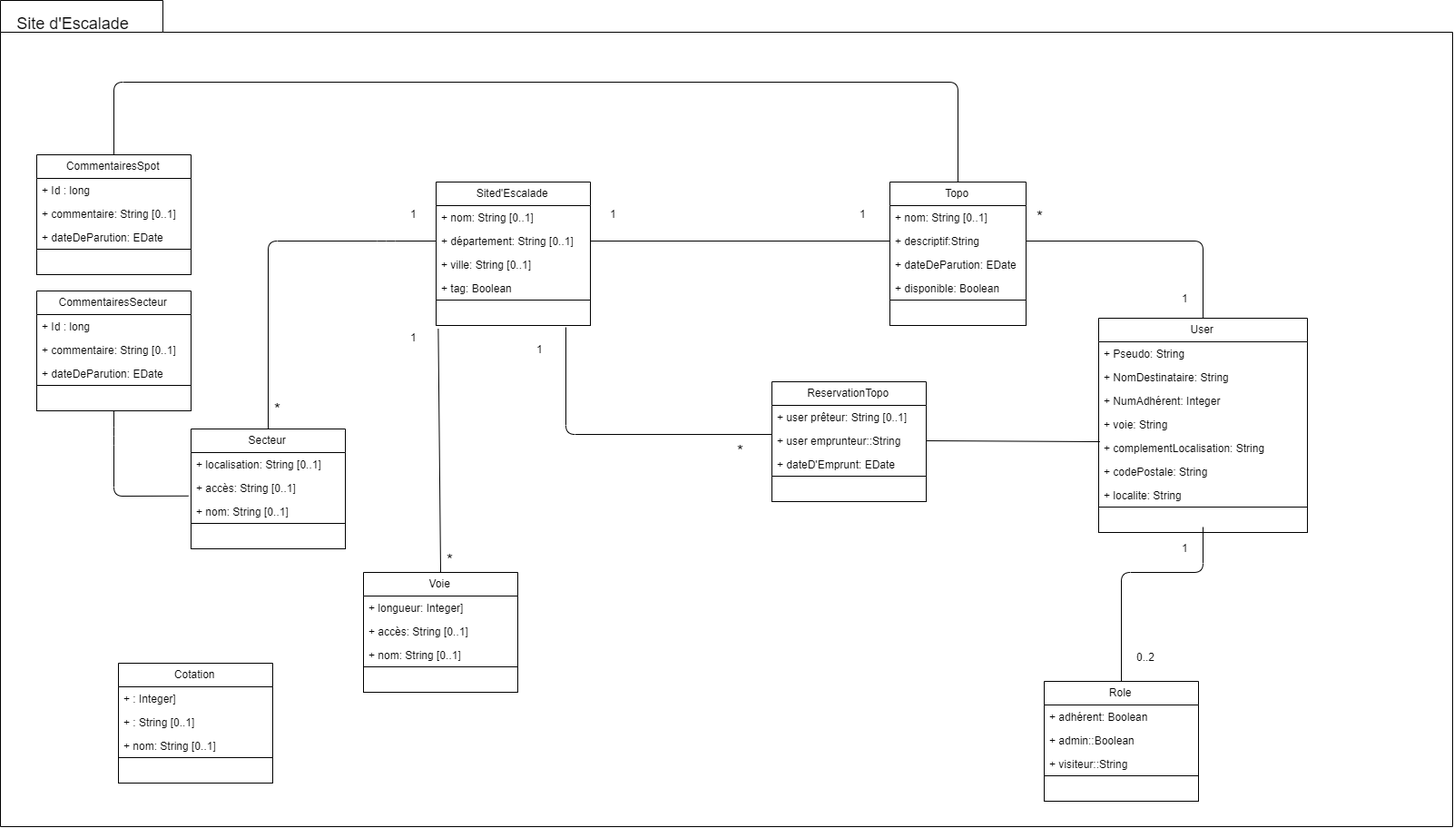
touil2019/les-amis-de-l-escaladeP6 keeps this draw.io diagram as Diagramme de classe projet 6.png. Above is the earlier version. Source tidied: cells renumbered, new cells last; positions are measured from the earlier drawing's top-left corner, leaving out a move shared by most shapes.
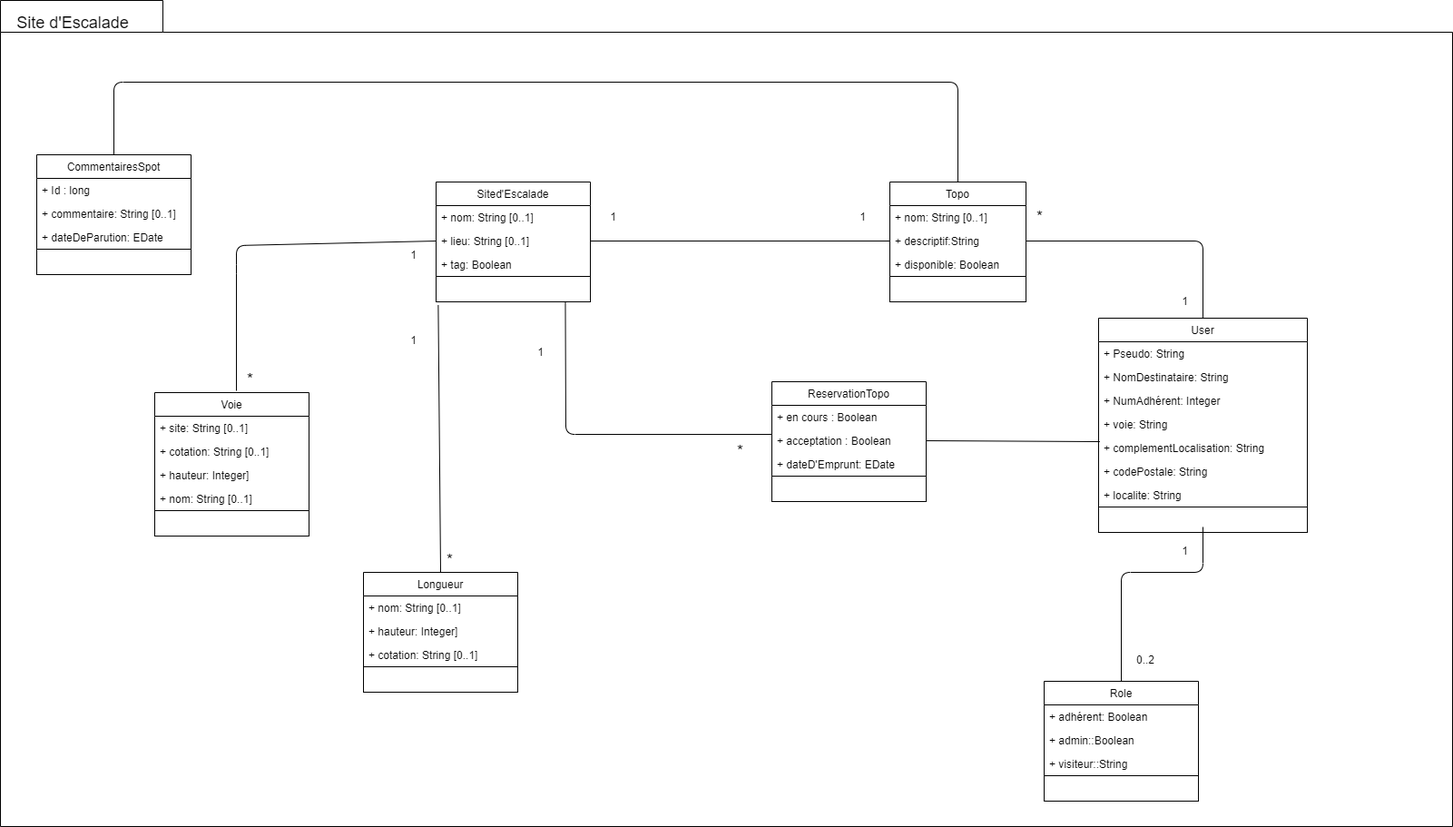
Above is the later version.

Change to the diagram source:
```diff
@@ -6,7 +6,7 @@
       <mxGeometry width="1600" height="910" as="geometry" />
     </mxCell>
     <mxCell id="3" value="Topo" style="swimlane;fontStyle=0;horizontal=1;startSize=26;fillColor=none;" parent="1" vertex="1">
-      <mxGeometry x="980" y="200" width="150" height="158" as="geometry" />
+      <mxGeometry x="980" y="200" width="150" height="132" as="geometry" />
     </mxCell>
     <mxCell id="4" value="+ nom: String [0..1]" style="text;strokeColor=none;fillColor=none;align=left;verticalAlign=top;spacingLeft=4;spacingRight=4;overflow=hidden;" parent="3" vertex="1">
       <mxGeometry y="26" width="150" height="26" as="geometry" />
@@ -14,14 +14,11 @@
     <mxCell id="5" value="+ descriptif:String" style="text;strokeColor=none;fillColor=none;align=left;verticalAlign=top;spacingLeft=4;spacingRight=4;overflow=hidden;points=[[0,0.5],[1,0.5]];portConstraint=eastwest;" parent="3" vertex="1">
       <mxGeometry y="52" width="150" height="26" as="geometry" />
     </mxCell>
-    <mxCell id="6" value="+ dateDeParution: EDate" style="text;strokeColor=none;fillColor=none;align=left;verticalAlign=top;spacingLeft=4;spacingRight=4;overflow=hidden;" parent="3" vertex="1">
-      <mxGeometry y="78" width="150" height="26" as="geometry" />
-    </mxCell>
     <mxCell id="7" value="+ disponible: Boolean" style="text;strokeColor=none;fillColor=none;align=left;verticalAlign=top;spacingLeft=4;spacingRight=4;overflow=hidden;" parent="3" vertex="1">
-      <mxGeometry y="104" width="150" height="26" as="geometry" />
+      <mxGeometry y="78" width="150" height="26" as="geometry" />
     </mxCell>
     <mxCell id="8" style="rounded=0;whiteSpace=wrap;html=1;" parent="3" vertex="1">
-      <mxGeometry y="130" width="150" height="28" as="geometry" />
+      <mxGeometry y="104" width="150" height="28" as="geometry" />
     </mxCell>
     <mxCell id="9" value="&lt;font style=&quot;font-size: 18px&quot;&gt;Site d'Escalade&lt;/font&gt;" style="text;html=1;strokeColor=none;fillColor=none;align=center;verticalAlign=middle;whiteSpace=wrap;rounded=0;" parent="1" vertex="1">
       <mxGeometry x="10" y="10" width="140" height="30" as="geometry" />
@@ -54,81 +51,57 @@
       <mxGeometry y="208" width="230" height="28" as="geometry" />
     </mxCell>
     <mxCell id="19" value="Sited'Escalade" style="swimlane;fontStyle=0;horizontal=1;startSize=26;fillColor=none;" parent="1" vertex="1">
-      <mxGeometry x="480" y="200" width="170" height="158" as="geometry" />
+      <mxGeometry x="480" y="200" width="170" height="132" as="geometry" />
     </mxCell>
     <mxCell id="20" value="+ nom: String [0..1]" style="text;strokeColor=none;fillColor=none;align=left;verticalAlign=top;spacingLeft=4;spacingRight=4;overflow=hidden;" parent="19" vertex="1">
       <mxGeometry y="26" width="170" height="26" as="geometry" />
     </mxCell>
-    <mxCell id="21" value="+ département: String [0..1]" style="text;strokeColor=none;fillColor=none;align=left;verticalAlign=top;spacingLeft=4;spacingRight=4;overflow=hidden;points=[[0,0.5],[1,0.5]];portConstraint=eastwest;" parent="19" vertex="1">
-      <mxGeometry y="52" width="170" height="26" as="geometry" />
-    </mxCell>
-    <mxCell id="22" value="+ ville: String [0..1]" style="text;strokeColor=none;fillColor=none;align=left;verticalAlign=top;spacingLeft=4;spacingRight=4;overflow=hidden;points=[[0,0.5],[1,0.5]];portConstraint=eastwest;" parent="19" vertex="1">
-      <mxGeometry y="78" width="170" height="26" as="geometry" />
+    <mxCell id="22" value="+ lieu: String [0..1]" style="text;strokeColor=none;fillColor=none;align=left;verticalAlign=top;spacingLeft=4;spacingRight=4;overflow=hidden;points=[[0,0.5],[1,0.5]];portConstraint=eastwest;" parent="19" vertex="1">
+      <mxGeometry y="52" width="170" height="26" as="geometry" />
     </mxCell>
     <mxCell id="23" value="+ tag: Boolean" style="text;strokeColor=none;fillColor=none;align=left;verticalAlign=top;spacingLeft=4;spacingRight=4;overflow=hidden;" parent="19" vertex="1">
-      <mxGeometry y="104" width="170" height="26" as="geometry" />
+      <mxGeometry y="78" width="170" height="26" as="geometry" />
     </mxCell>
     <mxCell id="24" style="rounded=0;whiteSpace=wrap;html=1;" parent="19" vertex="1">
-      <mxGeometry y="130" width="170" height="28" as="geometry" />
+      <mxGeometry y="104" width="170" height="28" as="geometry" />
     </mxCell>
     <mxCell id="25" value="ReservationTopo" style="swimlane;fontStyle=0;horizontal=1;startSize=26;fillColor=none;" parent="1" vertex="1">
       <mxGeometry x="850" y="420" width="170" height="132" as="geometry" />
     </mxCell>
-    <mxCell id="26" value="+ user prêteur: String [0..1]" style="text;strokeColor=none;fillColor=none;align=left;verticalAlign=top;spacingLeft=4;spacingRight=4;overflow=hidden;" parent="25" vertex="1">
+    <mxCell id="26" value="+ en cours : Boolean" style="text;strokeColor=none;fillColor=none;align=left;verticalAlign=top;spacingLeft=4;spacingRight=4;overflow=hidden;" parent="25" vertex="1">
       <mxGeometry y="26" width="170" height="26" as="geometry" />
     </mxCell>
-    <mxCell id="27" value="+ user emprunteur::String" style="text;strokeColor=none;fillColor=none;align=left;verticalAlign=top;spacingLeft=4;spacingRight=4;overflow=hidden;points=[[0,0.5],[1,0.5]];portConstraint=eastwest;" parent="25" vertex="1">
-      <mxGeometry y="52" width="170" height="26" as="geometry" />
-    </mxCell>
+    <mxCell id="81" value="+ acceptation : Boolean" style="text;strokeColor=none;fillColor=none;align=left;verticalAlign=top;spacingLeft=4;spacingRight=4;overflow=hidden;" parent="25" vertex="1">
+      <mxGeometry y="52" width="170" height="26" as="geometry" />
+    </mxCell>
     <mxCell id="28" value="+ dateD'Emprunt: EDate" style="text;strokeColor=none;fillColor=none;align=left;verticalAlign=top;spacingLeft=4;spacingRight=4;overflow=hidden;" parent="25" vertex="1">
       <mxGeometry y="78" width="170" height="26" as="geometry" />
     </mxCell>
     <mxCell id="29" style="rounded=0;whiteSpace=wrap;html=1;" parent="25" vertex="1">
       <mxGeometry y="104" width="170" height="28" as="geometry" />
     </mxCell>
-    <mxCell id="30" value="Secteur" style="swimlane;fontStyle=0;horizontal=1;startSize=26;fillColor=none;" parent="1" vertex="1">
-      <mxGeometry x="210" y="472" width="170" height="132" as="geometry" />
-    </mxCell>
-    <mxCell id="31" value="+ localisation: String [0..1]" style="text;strokeColor=none;fillColor=none;align=left;verticalAlign=top;spacingLeft=4;spacingRight=4;overflow=hidden;" parent="30" vertex="1">
-      <mxGeometry y="26" width="170" height="26" as="geometry" />
-    </mxCell>
-    <mxCell id="32" value="+ accès: String [0..1]" style="text;strokeColor=none;fillColor=none;align=left;verticalAlign=top;spacingLeft=4;spacingRight=4;overflow=hidden;points=[[0,0.5],[1,0.5]];portConstraint=eastwest;" parent="30" vertex="1">
-      <mxGeometry y="52" width="170" height="26" as="geometry" />
-    </mxCell>
-    <mxCell id="33" value="+ nom: String [0..1]" style="text;strokeColor=none;fillColor=none;align=left;verticalAlign=top;spacingLeft=4;spacingRight=4;overflow=hidden;" parent="30" vertex="1">
-      <mxGeometry y="78" width="170" height="26" as="geometry" />
-    </mxCell>
-    <mxCell id="34" style="rounded=0;whiteSpace=wrap;html=1;" parent="30" vertex="1">
-      <mxGeometry y="104" width="170" height="28" as="geometry" />
-    </mxCell>
-    <mxCell id="35" value="Voie" style="swimlane;fontStyle=0;horizontal=1;startSize=26;fillColor=none;" parent="1" vertex="1">
+    <mxCell id="35" value="Longueur" style="swimlane;fontStyle=0;horizontal=1;startSize=26;fillColor=none;" parent="1" vertex="1">
       <mxGeometry x="400" y="630" width="170" height="132" as="geometry" />
     </mxCell>
-    <mxCell id="36" value="+ longueur: Integer]" style="text;strokeColor=none;fillColor=none;align=left;verticalAlign=top;spacingLeft=4;spacingRight=4;overflow=hidden;" parent="35" vertex="1">
-      <mxGeometry y="26" width="170" height="26" as="geometry" />
-    </mxCell>
+    <mxCell id="38" value="+ nom: String [0..1]" style="text;strokeColor=none;fillColor=none;align=left;verticalAlign=top;spacingLeft=4;spacingRight=4;overflow=hidden;" parent="35" vertex="1">
+      <mxGeometry y="26" width="170" height="26" as="geometry" />
+    </mxCell>
+    <mxCell id="82" value="+ hauteur: Integer]" style="text;strokeColor=none;fillColor=none;align=left;verticalAlign=top;spacingLeft=4;spacingRight=4;overflow=hidden;" parent="35" vertex="1">
+      <mxGeometry y="52" width="170" height="26" as="geometry" />
+    </mxCell>
-    <mxCell id="37" value="+ accès: String [0..1]" style="text;strokeColor=none;fillColor=none;align=left;verticalAlign=top;spacingLeft=4;spacingRight=4;overflow=hidden;" parent="35" vertex="1">
-      <mxGeometry y="52" width="170" height="26" as="geometry" />
+    <mxCell id="37" value="+ cotation: String [0..1]" style="text;strokeColor=none;fillColor=none;align=left;verticalAlign=top;spacingLeft=4;spacingRight=4;overflow=hidden;" parent="35" vertex="1">
+      <mxGeometry y="78" width="170" height="26" as="geometry" />
     </mxCell>
-    <mxCell id="38" value="+ nom: String [0..1]" style="text;strokeColor=none;fillColor=none;align=left;verticalAlign=top;spacingLeft=4;spacingRight=4;overflow=hidden;" parent="35" vertex="1">
-      <mxGeometry y="78" width="170" height="26" as="geometry" />
-    </mxCell>
     <mxCell id="39" style="rounded=0;whiteSpace=wrap;html=1;" parent="35" vertex="1">
       <mxGeometry y="104" width="170" height="28" as="geometry" />
     </mxCell>
-    <mxCell id="40" style="endArrow=none;html=1;entryX=0.5;entryY=0;entryDx=0;entryDy=0;exitX=0.014;exitY=1.133;exitDx=0;exitDy=0;exitPerimeter=0;" parent="1" edge="1" source="24" target="35">
+    <mxCell id="40" style="endArrow=none;html=1;exitX=0.014;exitY=1.133;exitDx=0;exitDy=0;exitPerimeter=0;entryX=0.5;entryY=0;entryDx=0;entryDy=0;" parent="1" edge="1" source="24" target="35">
       <mxGeometry relative="1" as="geometry" />
     </mxCell>
-    <mxCell id="41" style="endArrow=none;html=1;entryX=0.5;entryY=0;entryDx=0;entryDy=0;exitX=0;exitY=0.5;exitDx=0;exitDy=0;" parent="1" edge="1" source="21" target="30">
-      <mxGeometry relative="1" as="geometry">
-        <Array as="points">
-          <mxPoint x="425" y="265" />
-          <mxPoint x="295" y="265" />
-        </Array>
-      </mxGeometry>
-    </mxCell>
-    <mxCell id="42" style="endArrow=none;html=1;entryX=0;entryY=0.5;entryDx=0;entryDy=0;exitX=1;exitY=0.5;exitDx=0;exitDy=0;" parent="1" edge="1" source="21" target="5">
-      <mxGeometry relative="1" as="geometry" />
+    <mxCell id="42" style="endArrow=none;html=1;entryX=0;entryY=0.5;entryDx=0;entryDy=0;exitX=1;exitY=0.5;exitDx=0;exitDy=0;" parent="1" edge="1" target="5">
+      <mxGeometry relative="1" as="geometry">
+        <mxPoint x="650" y="265" as="sourcePoint" />
+      </mxGeometry>
     </mxCell>
     <mxCell id="43" style="endArrow=none;html=1;entryX=0.5;entryY=0;entryDx=0;entryDy=0;exitX=1;exitY=0.5;exitDx=0;exitDy=0;" parent="1" edge="1" source="5" target="10">
       <mxGeometry relative="1" as="geometry">
@@ -137,25 +110,27 @@
         </Array>
       </mxGeometry>
     </mxCell>
-    <mxCell id="44" style="endArrow=none;html=1;entryX=0;entryY=0.231;entryDx=0;entryDy=0;entryPerimeter=0;" parent="1" edge="1" target="27">
+    <mxCell id="44" style="endArrow=none;html=1;entryX=0;entryY=0.231;entryDx=0;entryDy=0;entryPerimeter=0;exitX=0.838;exitY=0.98;exitDx=0;exitDy=0;exitPerimeter=0;" parent="1" edge="1" source="24">
       <mxGeometry relative="1" as="geometry">
-        <mxPoint x="623" y="360" as="sourcePoint" />
+        <mxPoint x="850" y="478" as="targetPoint" />
         <Array as="points">
           <mxPoint x="623" y="478" />
         </Array>
       </mxGeometry>
     </mxCell>
-    <mxCell id="45" style="endArrow=none;html=1;exitX=1;exitY=0.5;exitDx=0;exitDy=0;entryX=0.006;entryY=1.231;entryDx=0;entryDy=0;entryPerimeter=0;" parent="1" edge="1" source="27" target="14">
-      <mxGeometry relative="1" as="geometry" />
+    <mxCell id="45" style="endArrow=none;html=1;exitX=1;exitY=0.5;exitDx=0;exitDy=0;entryX=0.006;entryY=1.231;entryDx=0;entryDy=0;entryPerimeter=0;" parent="1" edge="1" target="14">
+      <mxGeometry relative="1" as="geometry">
+        <mxPoint x="1020" y="485" as="sourcePoint" />
+      </mxGeometry>
     </mxCell>
     <mxCell id="46" value="1" style="text;html=1;align=center;" parent="1" vertex="1">
       <mxGeometry x="660" y="222" width="30" height="30" as="geometry" />
     </mxCell>
     <mxCell id="47" value="1" style="text;html=1;align=center;" parent="1" vertex="1">
-      <mxGeometry x="440" y="222" width="30" height="30" as="geometry" />
+      <mxGeometry x="440" y="264" width="30" height="30" as="geometry" />
     </mxCell>
     <mxCell id="48" value="&lt;font style=&quot;font-size: 18px&quot;&gt;*&lt;/font&gt;" style="text;html=1;" parent="1" vertex="1">
-      <mxGeometry x="300" y="434" width="40" height="30" as="geometry" />
+      <mxGeometry x="270" y="401" width="40" height="30" as="geometry" />
     </mxCell>
     <mxCell id="49" value="1" style="text;html=1;align=center;" parent="1" vertex="1">
       <mxGeometry x="935" y="222" width="30" height="30" as="geometry" />
@@ -223,14 +198,6 @@
     <mxCell id="68" style="rounded=0;whiteSpace=wrap;html=1;" parent="64" vertex="1">
       <mxGeometry y="104" width="170" height="28" as="geometry" />
     </mxCell>
-    <mxCell id="69" style="endArrow=none;html=1;entryX=-0.017;entryY=0.837;entryDx=0;entryDy=0;exitX=0.5;exitY=1;exitDx=0;exitDy=0;entryPerimeter=0;" parent="1" edge="1" source="75" target="32">
-      <mxGeometry relative="1" as="geometry">
-        <Array as="points">
-          <mxPoint x="125" y="480" />
-          <mxPoint x="125" y="546" />
-        </Array>
-      </mxGeometry>
-    </mxCell>
     <mxCell id="70" style="endArrow=none;html=1;entryX=0.5;entryY=0;entryDx=0;entryDy=0;exitX=0.5;exitY=0;exitDx=0;exitDy=0;" parent="1" edge="1" source="3" target="64">
       <mxGeometry relative="1" as="geometry">
         <Array as="points">
@@ -239,35 +206,32 @@
         </Array>
       </mxGeometry>
     </mxCell>
-    <mxCell id="71" value="CommentairesSecteur" style="swimlane;fontStyle=0;horizontal=1;startSize=26;fillColor=none;" parent="1" vertex="1">
-      <mxGeometry x="40" y="320" width="170" height="132" as="geometry" />
-    </mxCell>
-    <mxCell id="72" value="+ Id : long" style="text;strokeColor=none;fillColor=none;align=left;verticalAlign=top;spacingLeft=4;spacingRight=4;overflow=hidden;" parent="71" vertex="1">
-      <mxGeometry y="26" width="170" height="26" as="geometry" />
-    </mxCell>
-    <mxCell id="73" value="+ commentaire: String [0..1]" style="text;strokeColor=none;fillColor=none;align=left;verticalAlign=top;spacingLeft=4;spacingRight=4;overflow=hidden;" parent="71" vertex="1">
-      <mxGeometry y="52" width="170" height="26" as="geometry" />
-    </mxCell>
-    <mxCell id="74" value="+ dateDeParution: EDate" style="text;strokeColor=none;fillColor=none;align=left;verticalAlign=top;spacingLeft=4;spacingRight=4;overflow=hidden;" parent="71" vertex="1">
-      <mxGeometry y="78" width="170" height="26" as="geometry" />
-    </mxCell>
-    <mxCell id="75" style="rounded=0;whiteSpace=wrap;html=1;" parent="71" vertex="1">
-      <mxGeometry y="104" width="170" height="28" as="geometry" />
-    </mxCell>
-    <mxCell id="76" value="Cotation" style="swimlane;fontStyle=0;horizontal=1;startSize=26;fillColor=none;" parent="1" vertex="1">
-      <mxGeometry x="130" y="730" width="170" height="132" as="geometry" />
-    </mxCell>
-    <mxCell id="77" value="+ : Integer]" style="text;strokeColor=none;fillColor=none;align=left;verticalAlign=top;spacingLeft=4;spacingRight=4;overflow=hidden;" parent="76" vertex="1">
-      <mxGeometry y="26" width="170" height="26" as="geometry" />
-    </mxCell>
-    <mxCell id="78" value="+ : String [0..1]" style="text;strokeColor=none;fillColor=none;align=left;verticalAlign=top;spacingLeft=4;spacingRight=4;overflow=hidden;" parent="76" vertex="1">
-      <mxGeometry y="52" width="170" height="26" as="geometry" />
-    </mxCell>
-    <mxCell id="79" value="+ nom: String [0..1]" style="text;strokeColor=none;fillColor=none;align=left;verticalAlign=top;spacingLeft=4;spacingRight=4;overflow=hidden;" parent="76" vertex="1">
-      <mxGeometry y="78" width="170" height="26" as="geometry" />
-    </mxCell>
-    <mxCell id="80" style="rounded=0;whiteSpace=wrap;html=1;" parent="76" vertex="1">
-      <mxGeometry y="104" width="170" height="28" as="geometry" />
-    </mxCell>
+    <mxCell id="83" value="Voie" style="swimlane;fontStyle=0;horizontal=1;startSize=26;fillColor=none;" parent="1" vertex="1">
+      <mxGeometry x="170" y="432" width="170" height="158" as="geometry" />
+    </mxCell>
+    <mxCell id="84" value="+ site: String [0..1]" style="text;strokeColor=none;fillColor=none;align=left;verticalAlign=top;spacingLeft=4;spacingRight=4;overflow=hidden;" parent="83" vertex="1">
+      <mxGeometry y="26" width="170" height="26" as="geometry" />
+    </mxCell>
+    <mxCell id="85" value="+ cotation: String [0..1]" style="text;strokeColor=none;fillColor=none;align=left;verticalAlign=top;spacingLeft=4;spacingRight=4;overflow=hidden;" parent="83" vertex="1">
+      <mxGeometry y="52" width="170" height="26" as="geometry" />
+    </mxCell>
+    <mxCell id="86" value="+ hauteur: Integer]" style="text;strokeColor=none;fillColor=none;align=left;verticalAlign=top;spacingLeft=4;spacingRight=4;overflow=hidden;" parent="83" vertex="1">
+      <mxGeometry y="78" width="170" height="26" as="geometry" />
+    </mxCell>
+    <mxCell id="87" value="+ nom: String [0..1]" style="text;strokeColor=none;fillColor=none;align=left;verticalAlign=top;spacingLeft=4;spacingRight=4;overflow=hidden;" parent="83" vertex="1">
+      <mxGeometry y="104" width="170" height="26" as="geometry" />
+    </mxCell>
+    <mxCell id="88" style="rounded=0;whiteSpace=wrap;html=1;" parent="83" vertex="1">
+      <mxGeometry y="130" width="170" height="28" as="geometry" />
+    </mxCell>
+    <mxCell id="89" style="endArrow=none;html=1;exitX=0;exitY=0.5;exitDx=0;exitDy=0;" parent="1" edge="1" source="22">
+      <mxGeometry relative="1" as="geometry">
+        <mxPoint x="260" y="430" as="targetPoint" />
+        <Array as="points">
+          <mxPoint x="260" y="270" />
+          <mxPoint x="260" y="291" />
+        </Array>
+      </mxGeometry>
+    </mxCell>
   </root>
 </mxGraphModel>
```
